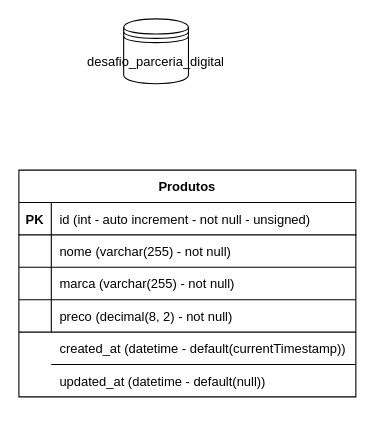
Before: docs/DER.drawio in caioliveira277/desafio-parceria-digital, a draw.io diagram. Source tidied: cells renumbered, new cells numbered last; positions are measured from the earlier drawing's top-left corner, leaving out a move shared by most shapes. Both pictures are drawn from the tidied source at 108%, with x=0, y=0 at pixel (18, 18).
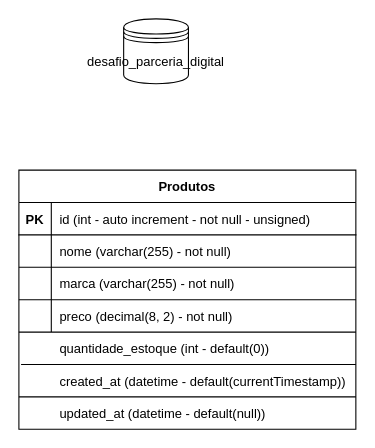
Above is the later version.

Commit message:
adicionando quantidade estoque

The edit, as a diff of the source:
```diff
@@
     <mxCell id="3" value="Produtos" style="shape=table;startSize=30;childLayout=tableLayout;rowLines=0;fontStyle=1;align=center;" parent="1" vertex="1">
-      <mxGeometry y="140" width="312" height="210" as="geometry" />
+      <mxGeometry y="140" width="312" height="240" as="geometry" />
     </mxCell>
@@
     <mxCell id="16" value="created_at (datetime - default(currentTimestamp))" style="shape=partialRectangle;fillColor=none;top=0;left=0;bottom=0;right=0;align=left;spacingLeft=6;overflow=hidden;" parent="1" vertex="1">
-      <mxGeometry x="30" y="290" width="282" height="30" as="geometry" />
+      <mxGeometry x="30" y="320" width="282" height="30" as="geometry" />
     </mxCell>
@@
     <mxCell id="20" value="updated_at (datetime - default(null))" style="shape=partialRectangle;fillColor=none;top=0;left=0;bottom=0;right=0;align=left;spacingLeft=6;overflow=hidden;" parent="1" vertex="1">
-      <mxGeometry x="30" y="320" width="282" height="30" as="geometry" />
+      <mxGeometry x="30" y="350" width="282" height="30" as="geometry" />
     </mxCell>
     <mxCell id="21" style="line;strokeWidth=1;dashed=0;labelPosition=right;align=left;verticalAlign=middle;spacingTop=0;spacingLeft=6;shadow=0;fillColor=#2a2a2a;" parent="1" vertex="1">
-      <mxGeometry x="30" y="310" width="282" height="20" as="geometry" />
+      <mxGeometry x="2" y="310" width="310" height="20" as="geometry" />
     </mxCell>
+    <mxCell id="22" style="line;strokeWidth=1;dashed=0;labelPosition=right;align=left;verticalAlign=middle;spacingTop=0;spacingLeft=6;shadow=0;fillColor=#2a2a2a;" parent="1" vertex="1">
+      <mxGeometry y="340" width="312" height="20" as="geometry" />
+    </mxCell>
+    <mxCell id="23" value="quantidade_estoque (int - default(0))" style="shape=partialRectangle;fillColor=none;top=0;left=0;bottom=0;right=0;align=left;spacingLeft=6;overflow=hidden;" parent="1" vertex="1">
+      <mxGeometry x="30" y="290" width="282" height="30" as="geometry" />
+    </mxCell>
```
